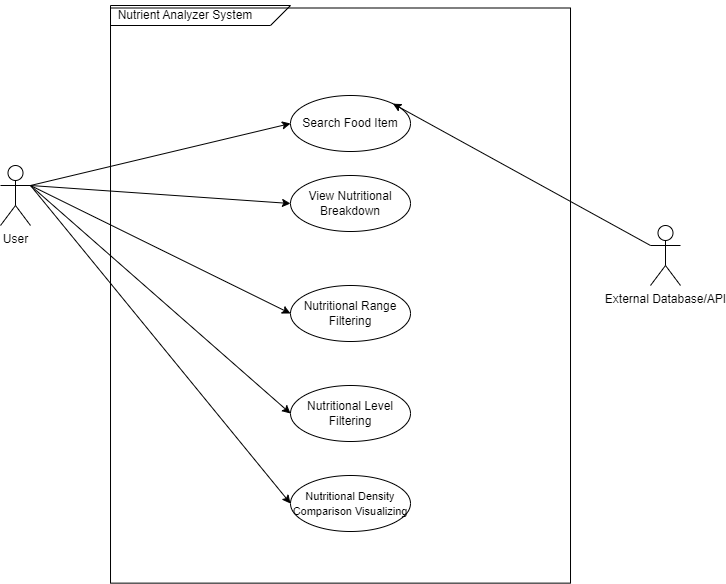
This is UseCase_Diagram.drawio.png from kisangkay/Milestone2_Group62, a draw.io export, as it was before one commit. Source tidied: cells renumbered, new cells last; positions are measured from the earlier drawing's top-left corner, leaving out a move shared by most shapes.
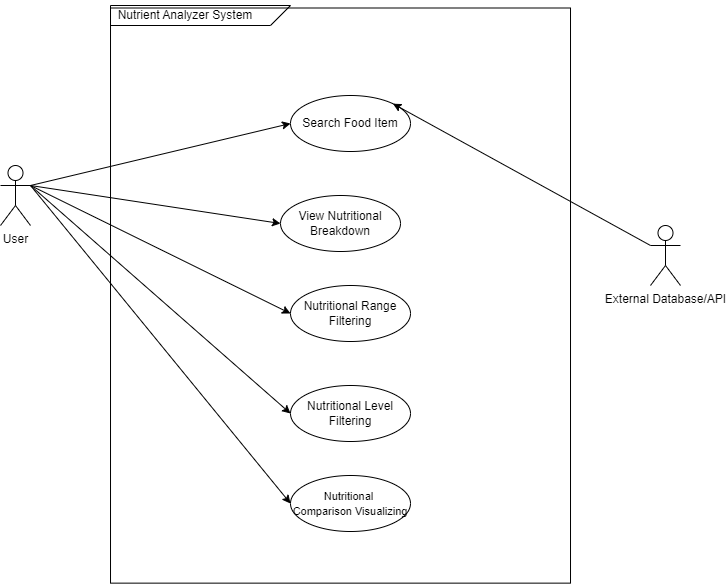
Above is the later version.

Change to the diagram source:
```diff
@@ -1,4 +1,4 @@
-<mxGraphModel>
+<mxGraphModel background="#FFFFFF">
   <root>
     <mxCell id="0" />
     <mxCell id="1" parent="0" />
@@ -21,7 +21,7 @@
       <mxGeometry x="290" y="385" width="120" height="56" as="geometry" />
     </mxCell>
     <mxCell id="8" value="View Nutritional Breakdown" style="ellipse;whiteSpace=wrap;html=1;fillColor=none;" parent="1" vertex="1">
-      <mxGeometry x="290" y="175" width="120" height="56" as="geometry" />
+      <mxGeometry x="280" y="195" width="120" height="56" as="geometry" />
     </mxCell>
     <mxCell id="9" value="Nutritional Range Filtering" style="ellipse;whiteSpace=wrap;html=1;fillColor=none;" parent="1" vertex="1">
       <mxGeometry x="290" y="285" width="120" height="56" as="geometry" />
@@ -44,7 +44,7 @@
     <mxCell id="15" style="endArrow=classic;html=1;rounded=0;exitX=0;exitY=0.3333333333333333;exitDx=0;exitDy=0;exitPerimeter=0;entryX=1;entryY=0;entryDx=0;entryDy=0;" parent="1" edge="1" source="14" target="6">
       <mxGeometry relative="1" as="geometry" />
     </mxCell>
-    <mxCell id="16" value="&lt;font style=&quot;font-size: 11px;&quot;&gt;Nutritional Density Comparison Visualizing&lt;/font&gt;" style="ellipse;whiteSpace=wrap;html=1;fillColor=none;" parent="1" vertex="1">
+    <mxCell id="16" value="&lt;font style=&quot;font-size: 11px;&quot;&gt;Nutritional&amp;nbsp;&lt;/font&gt;&lt;div&gt;&lt;font style=&quot;font-size: 11px;&quot;&gt;Comparison Visualizing&lt;/font&gt;&lt;/div&gt;" style="ellipse;whiteSpace=wrap;html=1;fillColor=none;" parent="1" vertex="1">
       <mxGeometry x="290" y="475" width="120" height="56" as="geometry" />
     </mxCell>
     <mxCell id="17" style="endArrow=classic;html=1;rounded=0;entryX=0;entryY=0.5;entryDx=0;entryDy=0;exitX=1;exitY=0.3333333333333333;exitDx=0;exitDy=0;exitPerimeter=0;" parent="1" edge="1" source="5" target="16">
```
